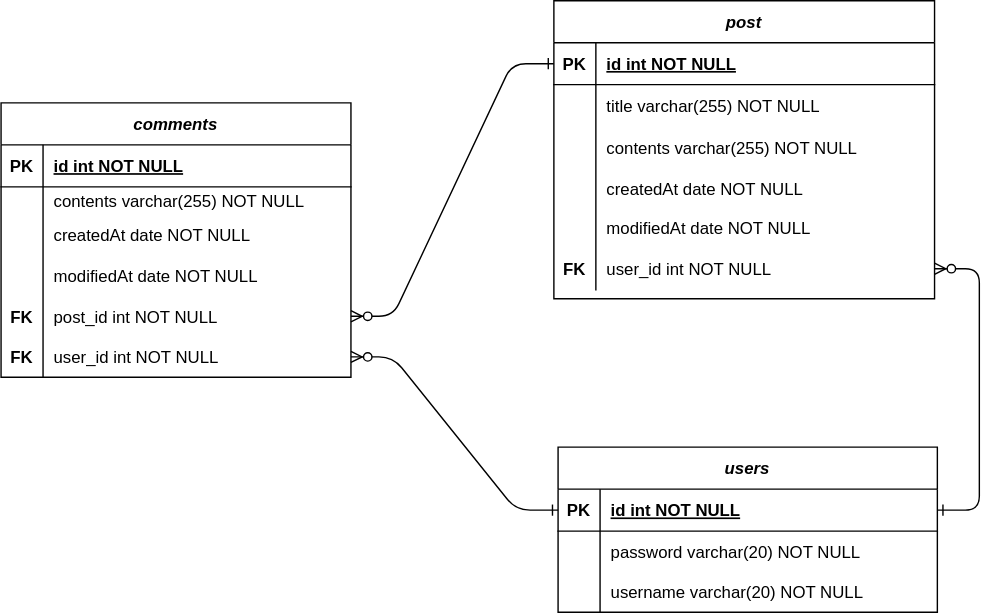
Chaeyounglim/myBlog keeps this draw.io diagram as DB Structure.drawio.svg. Above is the earlier version. Source tidied: cells renumbered, new cells last; positions are measured from the earlier drawing's top-left corner, leaving out a move shared by most shapes.
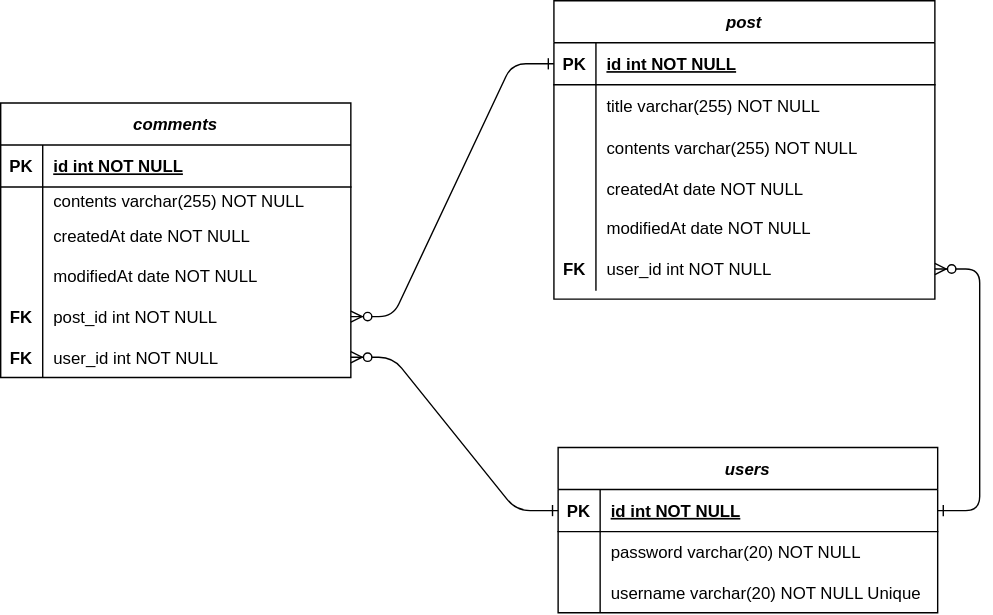
After the commit.

Diff of the diagram source:
```diff
@@ -89,7 +89,7 @@
     <mxCell id="30" style="shape=partialRectangle;overflow=hidden;fillColor=none;top=0;left=0;bottom=0;right=0;" parent="29" vertex="1">
       <mxGeometry width="30" height="29" as="geometry" />
     </mxCell>
-    <mxCell id="31" value="username varchar(20) NOT NULL" style="shape=partialRectangle;overflow=hidden;fillColor=none;top=0;left=0;bottom=0;right=0;align=left;spacingLeft=6;" parent="29" vertex="1">
+    <mxCell id="31" value="username varchar(20) NOT NULL Unique" style="shape=partialRectangle;overflow=hidden;fillColor=none;top=0;left=0;bottom=0;right=0;align=left;spacingLeft=6;" parent="29" vertex="1">
       <mxGeometry x="30" width="241" height="29" as="geometry" />
     </mxCell>
     <mxCell id="32" value="comments" style="shape=table;startSize=30;rowLines=0;fontStyle=3;align=center;" parent="1" vertex="1">
```
